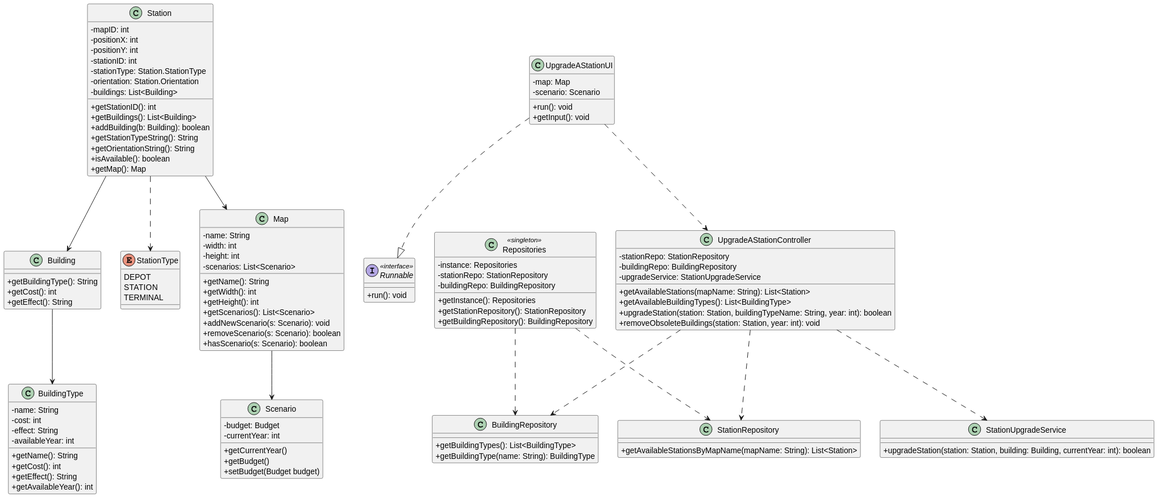
The PlantUML diagram docs/sprint3/us006/03.design/svg/us006-class-diagram.svg in ivasduarte/all-aboard, before a commit. Its diagram source:
```plantuml
@startuml
skinparam packageStyle rectangle
skinparam shadowing false
skinparam classAttributeIconSize 0

class Station {
  - mapID: int
  - positionX: int
  - positionY: int
  - stationID: int
  - stationType: Station.StationType
  - orientation: Station.Orientation
  - buildings: List<Building>
  + getStationID(): int
  + getBuildings(): List<Building>
  + addBuilding(b: Building): boolean
  + getStationTypeString(): String
  + getOrientationString(): String
  + isAvailable(): boolean
  + getMap(): Map
}

class Building {
  + getBuildingType(): String
  + getCost(): int
  + getEffect(): String
}

class BuildingType {
  - name: String
  - cost: int
  - effect: String
  - availableYear: int
  + getName(): String
  + getCost(): int
  + getEffect(): String
  + getAvailableYear(): int
}

class StationUpgradeService {
  + upgradeStation(station: Station, building: Building, currentYear: int): boolean
}

class UpgradeAStationController {
  - stationRepo: StationRepository
  - buildingRepo: BuildingRepository
  - upgradeService: StationUpgradeService
  + getAvailableStations(mapName: String): List<Station>
  + getAvailableBuildingTypes(): List<BuildingType>
  + upgradeStation(station: Station, buildingTypeName: String, year: int): boolean
  + removeObsoleteBuildings(station: Station, year: int): void
}

enum StationType {
  DEPOT
  STATION
  TERMINAL
}

class StationRepository {
  + getAvailableStationsByMapName(mapName: String): List<Station>
}

class BuildingRepository {
  + getBuildingTypes(): List<BuildingType>
  + getBuildingType(name: String): BuildingType
}

class Repositories <<singleton>> {
  - instance: Repositories
  - stationRepo: StationRepository
  - buildingRepo: BuildingRepository
  + getInstance(): Repositories
  + getStationRepository(): StationRepository
  + getBuildingRepository(): BuildingRepository
}

class UpgradeAStationUI {
  - map: Map
  - scenario: Scenario
  + run(): void
  + getInput(): void
}

interface Runnable <<interface>> {
    +run(): void
}

class Map {
  - name: String
  - width: int
  - height: int
  - scenarios: List<Scenario>
  + getName(): String
  + getWidth(): int
  + getHeight(): int
  + getScenarios(): List<Scenario>
  + addNewScenario(s: Scenario): void
  + removeScenario(s: Scenario): boolean
  + hasScenario(s: Scenario): boolean
}

class Scenario {
- budget: Budget
- currentYear: int
+ getCurrentYear()
+ getBudget()
+ setBudget(Budget budget)
}

Station --> Building
Building --> BuildingType

UpgradeAStationUI ..|> Runnable

UpgradeAStationController ..> StationUpgradeService
UpgradeAStationController ..> StationRepository
UpgradeAStationController ..> BuildingRepository
Station ..> StationType

Repositories ..> StationRepository
Repositories ..> BuildingRepository

UpgradeAStationUI ..> UpgradeAStationController
Station --> Map
Map --> Scenario
@enduml
```
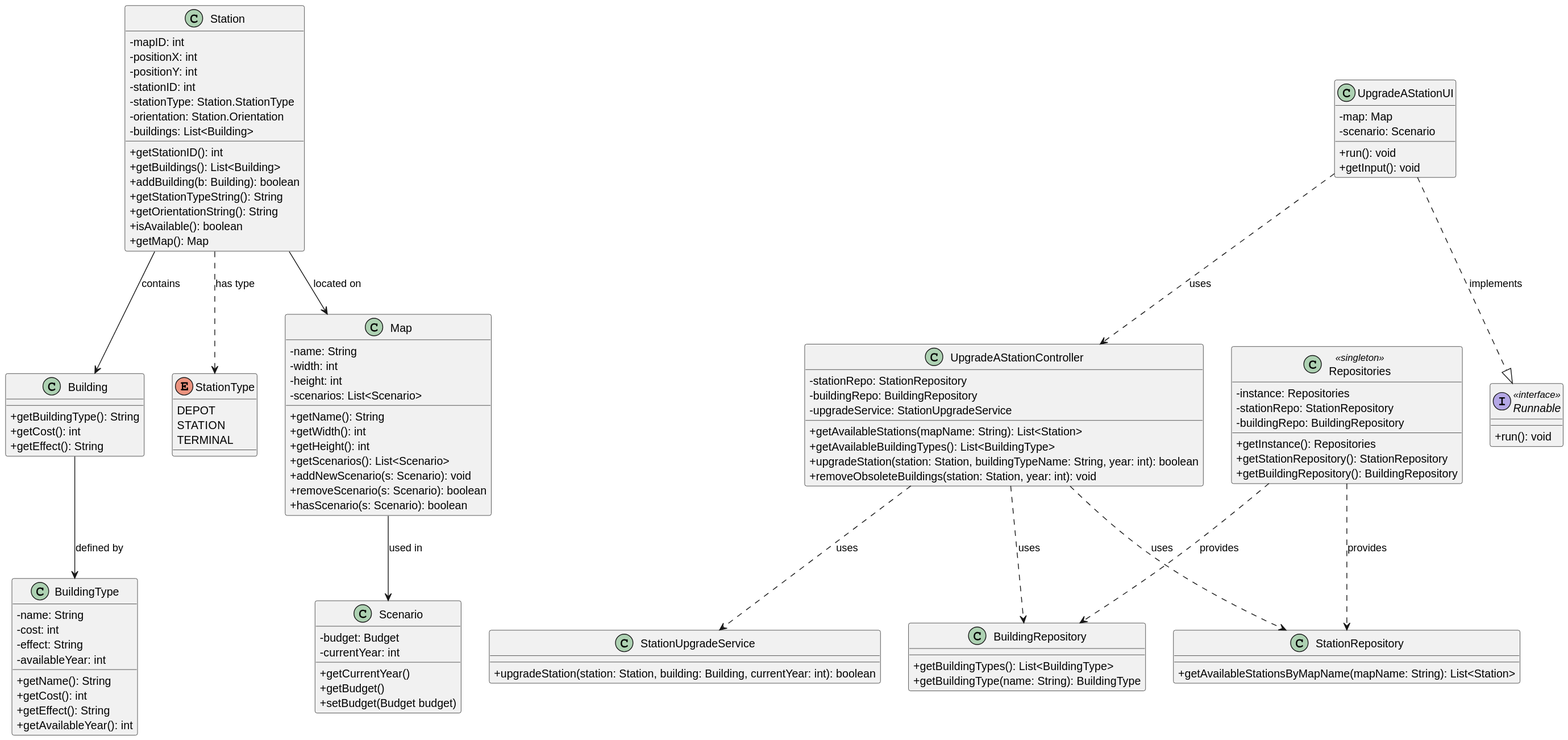
Above is the later version.

The edit, as a diff of the source:
```diff
@@ -101,27 +101,30 @@
 }
 
 class Scenario {
-- budget: Budget
-- currentYear: int
-+ getCurrentYear()
-+ getBudget()
-+ setBudget(Budget budget)
+  - budget: Budget
+  - currentYear: int
+  + getCurrentYear()
+  + getBudget()
+  + setBudget(Budget budget)
 }
 
-Station --> Building
-Building --> BuildingType
 
-UpgradeAStationUI ..|> Runnable
+Station --> Building : contains
+Building --> BuildingType : defined by
 
-UpgradeAStationController ..> StationUpgradeService
-UpgradeAStationController ..> StationRepository
-UpgradeAStationController ..> BuildingRepository
-Station ..> StationType
+UpgradeAStationUI ..|> Runnable : implements
 
-Repositories ..> StationRepository
-Repositories ..> BuildingRepository
+UpgradeAStationController ..> StationUpgradeService : uses
+UpgradeAStationController ..> StationRepository : uses
+UpgradeAStationController ..> BuildingRepository : uses
 
-UpgradeAStationUI ..> UpgradeAStationController
-Station --> Map
-Map --> Scenario
+Station ..> StationType : has type
+
+Repositories ..> StationRepository : provides
+Repositories ..> BuildingRepository : provides
+
+UpgradeAStationUI ..> UpgradeAStationController : uses
+
+Station --> Map : located on
+Map --> Scenario : used in
 @enduml
```
